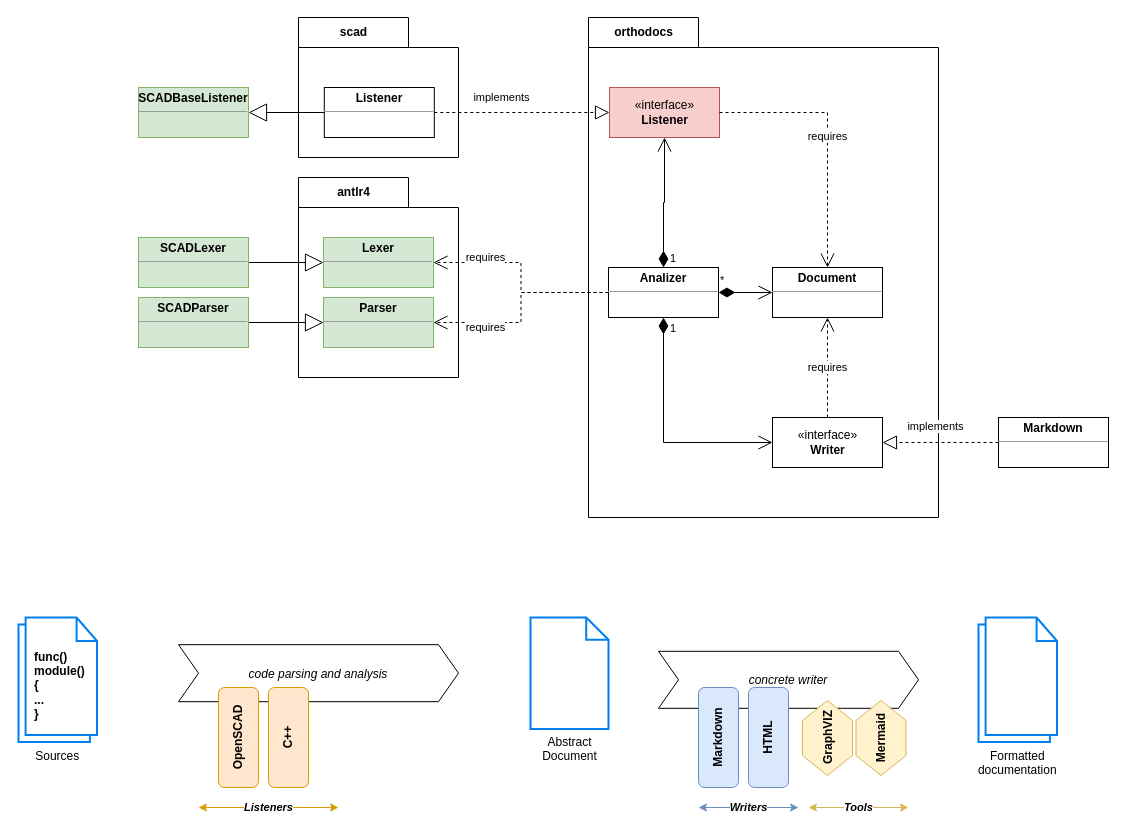
The draw.io diagram page "Classes" (2 of 5) of docs/process.drawio in ggabbiani/orthodocs, before the edit. Source tidied: cells renumbered, new cells numbered last; positions are measured from the earlier drawing's top-left corner, leaving out a move shared by most shapes. Both pictures are drawn from the tidied source at 100%, with x=0, y=0 at pixel (18, 17).
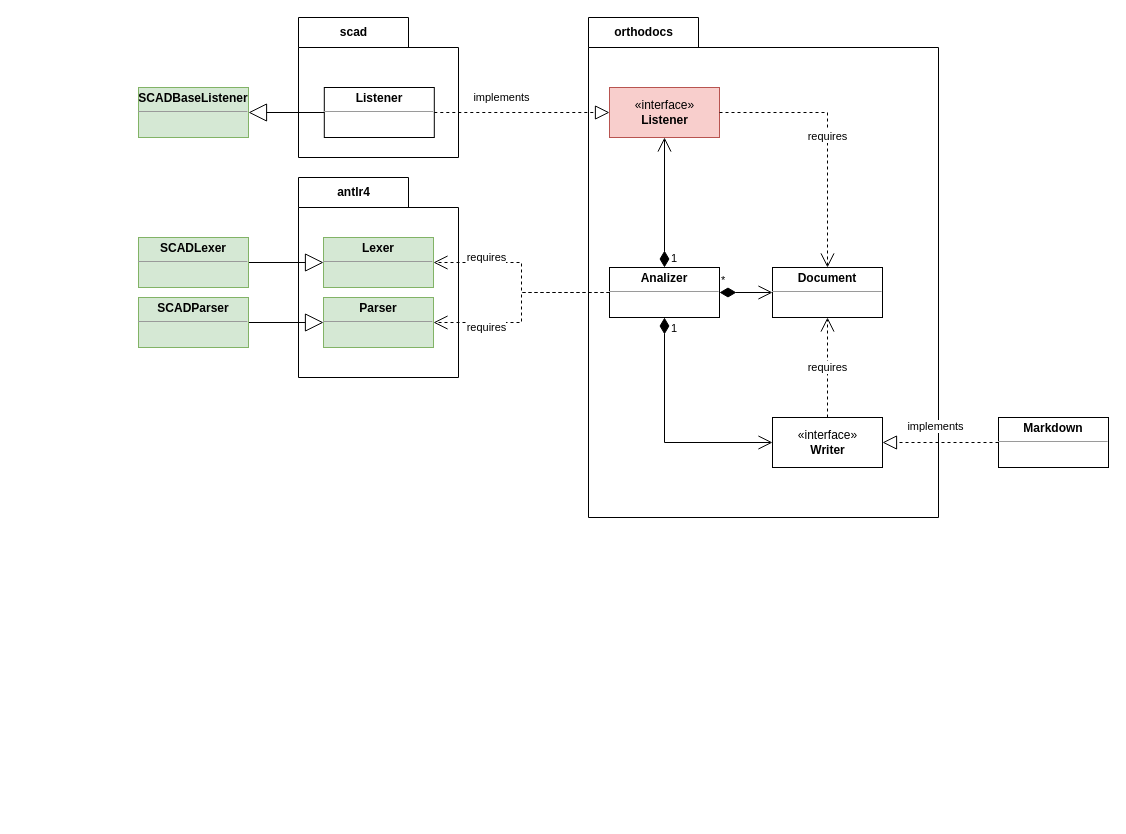
Above is the later version.

Unchanged cells that the change refers to:
```xml
<mxCell id="2" value="orthodocs" style="shape=folder;fontStyle=1;tabWidth=110;tabHeight=30;tabPosition=left;html=1;boundedLbl=1;labelInHeader=1;" parent="1" vertex="1">
  <mxGeometry x="570" width="350" height="500" as="geometry" />
</mxCell>
```

Diff of the diagram source:
```diff
@@
     <mxCell id="4" value="&lt;p style=&quot;margin: 0px ; margin-top: 4px ; text-align: center&quot;&gt;&lt;b&gt;Analizer&lt;/b&gt;&lt;/p&gt;&lt;hr size=&quot;1&quot;&gt;&lt;div style=&quot;height: 2px&quot;&gt;&lt;/div&gt;" style="verticalAlign=top;align=left;overflow=fill;fontSize=12;fontFamily=Helvetica;html=1;" parent="2" vertex="1">
-      <mxGeometry x="20" y="250" width="110" height="50" as="geometry" />
+      <mxGeometry x="21" y="250" width="110" height="50" as="geometry" />
     </mxCell>
@@
-    <mxCell id="17" value="Sources" style="group;labelPosition=center;verticalLabelPosition=bottom;align=center;verticalAlign=top;" parent="1" vertex="1">
-      <mxGeometry y="600" width="78.5" height="124.6" as="geometry" />
-    </mxCell>
-    <mxCell id="18" style="html=1;verticalLabelPosition=bottom;align=center;labelBackgroundColor=#ffffff;verticalAlign=top;strokeWidth=2;strokeColor=#0080F0;shadow=0;dashed=0;shape=mxgraph.ios7.icons.document;" parent="17" vertex="1">
-      <mxGeometry y="7.1" width="71.4" height="117.4" as="geometry" />
-    </mxCell>
-    <mxCell id="19" style="html=1;verticalLabelPosition=bottom;align=center;labelBackgroundColor=#ffffff;verticalAlign=top;strokeWidth=2;strokeColor=#0080F0;shadow=0;dashed=0;shape=mxgraph.ios7.icons.document;" parent="17" vertex="1">
-      <mxGeometry x="7.1" width="71.4" height="117.4" as="geometry" />
-    </mxCell>
-    <mxCell id="20" value="&lt;div&gt;&lt;span&gt;func()&lt;/span&gt;&lt;/div&gt;&lt;div&gt;&lt;span&gt;module() {&lt;/span&gt;&lt;/div&gt;&lt;div&gt;&lt;span&gt;...&lt;/span&gt;&lt;/div&gt;&lt;div&gt;&lt;span&gt;}&lt;/span&gt;&lt;/div&gt;" style="text;html=1;strokeColor=none;fillColor=none;align=left;verticalAlign=middle;whiteSpace=wrap;rounded=0;fontStyle=1;" parent="19" vertex="1">
-      <mxGeometry x="7.1" y="42.8" width="53.5" height="49.9" as="geometry" />
-    </mxCell>
-    <mxCell id="21" value="Formatted&#10;documentation" style="group;labelPosition=center;verticalLabelPosition=bottom;align=center;verticalAlign=top;" parent="1" vertex="1">
-      <mxGeometry x="960" y="600" width="78.5" height="124.6" as="geometry" />
-    </mxCell>
-    <mxCell id="22" style="html=1;verticalLabelPosition=bottom;align=center;labelBackgroundColor=#ffffff;verticalAlign=top;strokeWidth=2;strokeColor=#0080F0;shadow=0;dashed=0;shape=mxgraph.ios7.icons.document;" parent="21" vertex="1">
-      <mxGeometry y="7.1" width="71.4" height="117.4" as="geometry" />
-    </mxCell>
-    <mxCell id="23" style="html=1;verticalLabelPosition=bottom;align=center;labelBackgroundColor=#ffffff;verticalAlign=top;strokeWidth=2;strokeColor=#0080F0;shadow=0;dashed=0;shape=mxgraph.ios7.icons.document;" parent="21" vertex="1">
-      <mxGeometry x="7.1" width="71.4" height="117.4" as="geometry" />
-    </mxCell>
-    <mxCell id="24" value="Abstract&lt;br&gt;Document" style="html=1;verticalLabelPosition=bottom;align=center;labelBackgroundColor=#ffffff;verticalAlign=top;strokeWidth=2;strokeColor=#0080F0;shadow=0;dashed=0;shape=mxgraph.ios7.icons.document;" parent="1" vertex="1">
-      <mxGeometry x="512" y="600" width="78" height="111.4" as="geometry" />
-    </mxCell>
-    <mxCell id="25" value="code parsing and analysis" style="shape=step;perimeter=stepPerimeter;fixedSize=1;fontStyle=2;" parent="1" vertex="1">
-      <mxGeometry x="160" y="627.2" width="280" height="57" as="geometry" />
-    </mxCell>
-    <mxCell id="26" value="concrete writer" style="shape=step;perimeter=stepPerimeter;fixedSize=1;fontStyle=2;" parent="1" vertex="1">
-      <mxGeometry x="640" y="633.8" width="260" height="57" as="geometry" />
-    </mxCell>
-    <mxCell id="27" value="OpenSCAD" style="rounded=1;whiteSpace=wrap;html=1;fillColor=#ffe6cc;strokeColor=#d79b00;fontStyle=1;rotation=270;" parent="1" vertex="1">
-      <mxGeometry x="170" y="700" width="100" height="40" as="geometry" />
-    </mxCell>
-    <mxCell id="28" value="C++" style="rounded=1;whiteSpace=wrap;html=1;fillColor=#ffe6cc;strokeColor=#d79b00;fontStyle=1;rotation=270;" parent="1" vertex="1">
-      <mxGeometry x="220" y="700" width="100" height="40" as="geometry" />
-    </mxCell>
-    <mxCell id="29" value="Markdown" style="rounded=1;whiteSpace=wrap;html=1;fillColor=#dae8fc;strokeColor=#6c8ebf;fontStyle=1;rotation=270;" parent="1" vertex="1">
-      <mxGeometry x="650" y="700" width="100" height="40" as="geometry" />
-    </mxCell>
-    <mxCell id="30" value="HTML" style="rounded=1;whiteSpace=wrap;html=1;fillColor=#dae8fc;strokeColor=#6c8ebf;fontStyle=1;rotation=270;" parent="1" vertex="1">
-      <mxGeometry x="700" y="700" width="100" height="40" as="geometry" />
-    </mxCell>
-    <mxCell id="31" value="GraphVIZ" style="shape=hexagon;perimeter=hexagonPerimeter2;whiteSpace=wrap;html=1;fixedSize=1;fontStyle=1;fillColor=#fff2cc;strokeColor=#d6b656;rotation=270;" parent="1" vertex="1">
-      <mxGeometry x="771.5" y="695.5" width="75" height="50" as="geometry" />
-    </mxCell>
-    <mxCell id="32" value="Mermaid" style="shape=hexagon;perimeter=hexagonPerimeter2;whiteSpace=wrap;html=1;fixedSize=1;fontStyle=1;fillColor=#fff2cc;strokeColor=#d6b656;rotation=270;" parent="1" vertex="1">
-      <mxGeometry x="825" y="695.5" width="75" height="50" as="geometry" />
-    </mxCell>
-    <mxCell id="33" value="Listeners" style="endArrow=classic;startArrow=classic;html=1;fillColor=#ffe6cc;strokeColor=#d79b00;fontStyle=3;" parent="1" edge="1">
-      <mxGeometry relative="1" as="geometry">
-        <mxPoint x="180" y="790" as="sourcePoint" />
-        <mxPoint x="320" y="790" as="targetPoint" />
-      </mxGeometry>
-    </mxCell>
-    <mxCell id="34" value="Writers" style="endArrow=classic;startArrow=classic;html=1;fontStyle=3;fillColor=#dae8fc;strokeColor=#6c8ebf;" parent="1" edge="1">
-      <mxGeometry relative="1" as="geometry">
-        <mxPoint x="680" y="790" as="sourcePoint" />
-        <mxPoint x="780" y="790" as="targetPoint" />
-      </mxGeometry>
-    </mxCell>
-    <mxCell id="35" value="Tools" style="endArrow=classic;startArrow=classic;html=1;fillColor=#fff2cc;strokeColor=#d6b656;fontStyle=3;" parent="1" edge="1">
-      <mxGeometry relative="1" as="geometry">
-        <mxPoint x="790" y="790" as="sourcePoint" />
-        <mxPoint x="890" y="790" as="targetPoint" />
-      </mxGeometry>
-    </mxCell>
```
